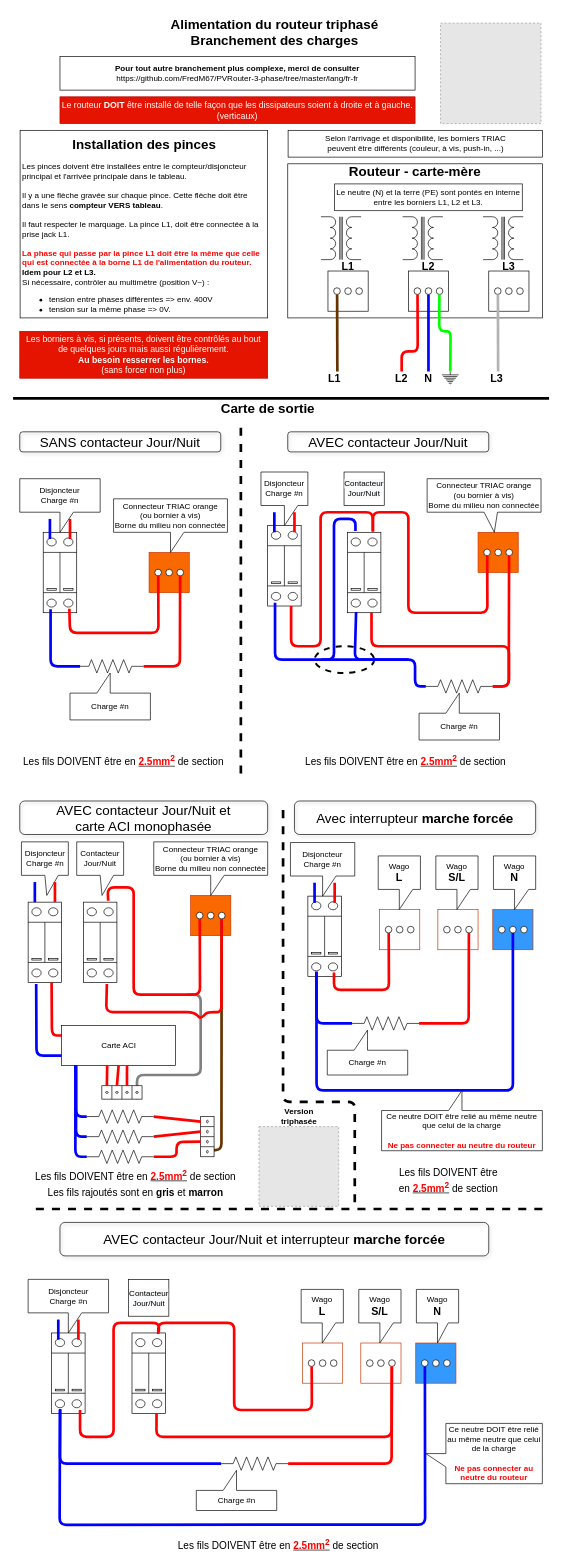
FredM67/PVRouter-3-phase keeps this draw.io diagram as docs/HowToInstall.drawio. Above is the earlier version. Source tidied: cells renumbered, new cells numbered last; positions are measured from the earlier drawing's top-left corner, leaving out a move shared by most shapes. Both pictures are drawn from the tidied source at 67%, with x=0, y=0 at pixel (13, 11). Pictures stored in the file or linked from it are replaced by grey dashed boxes.
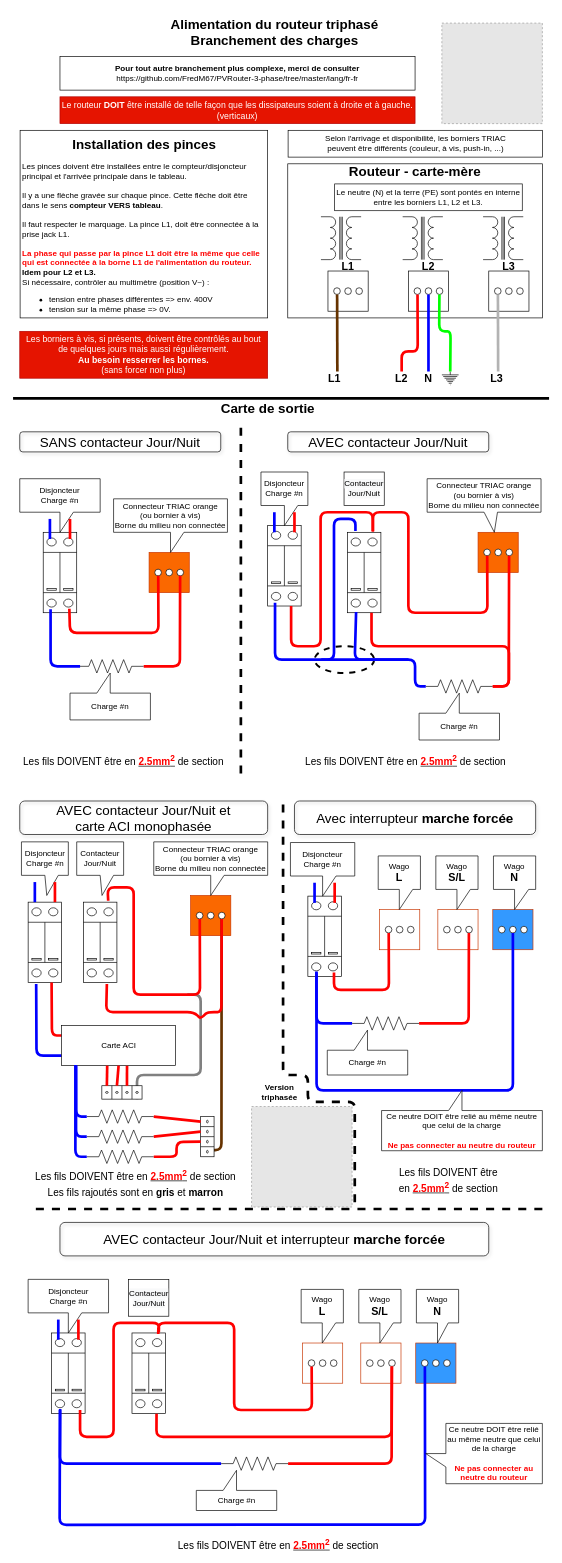
The same diagram, later.

The edit, as a diff of the source:
```diff
@@
     <mxCell id="99" style="endArrow=none;dashed=1;html=1;strokeWidth=4;fontSize=20;" parent="1" edge="1">
       <mxGeometry relative="1" as="geometry">
         <mxPoint x="510" y="1777" as="sourcePoint" />
         <mxPoint x="403" y="1183" as="targetPoint" />
         <Array as="points">
           <mxPoint x="510" y="1627" />
-          <mxPoint x="403" y="1627" />
+          <mxPoint x="440" y="1627" />
+          <mxPoint x="440" y="1587" />
+          <mxPoint x="403" y="1587" />
         </Array>
       </mxGeometry>
     </mxCell>
@@
     <mxCell id="154" value="Version triphasée" style="text;html=1;strokeColor=none;fillColor=none;align=center;verticalAlign=middle;whiteSpace=wrap;rounded=0;fontStyle=1;" parent="1" vertex="1">
-      <mxGeometry x="376.5" y="1634" width="100" height="30" as="geometry" />
+      <mxGeometry x="360" y="1598" width="75.5" height="30" as="geometry" />
     </mxCell>
-    <mxCell id="155" style="fillColor=#E6E6E6;strokeColor=#999999;dashed=1;verticalLabelPosition=bottom;verticalAlign=top;" parent="1" vertex="1">
-      <mxGeometry x="367" y="1664" width="119" height="119" as="geometry" />
-    </mxCell>
-    <mxCell id="156" style="fillColor=#E6E6E6;strokeColor=#999999;dashed=1;verticalLabelPosition=bottom;verticalAlign=top;" parent="1" vertex="1">
-      <mxGeometry x="638" y="17" width="150" height="150" as="geometry" />
-    </mxCell>
+    <mxCell id="157" style="fillColor=#E6E6E6;strokeColor=#999999;dashed=1;verticalLabelPosition=bottom;verticalAlign=top;" parent="1" vertex="1">
+      <mxGeometry x="640" y="17" width="150" height="150" as="geometry" />
+    </mxCell>
+    <mxCell id="158" style="fillColor=#E6E6E6;strokeColor=#999999;dashed=1;verticalLabelPosition=bottom;verticalAlign=top;" parent="1" vertex="1">
+      <mxGeometry x="356" y="1634" width="150" height="150" as="geometry" />
+    </mxCell>
```
